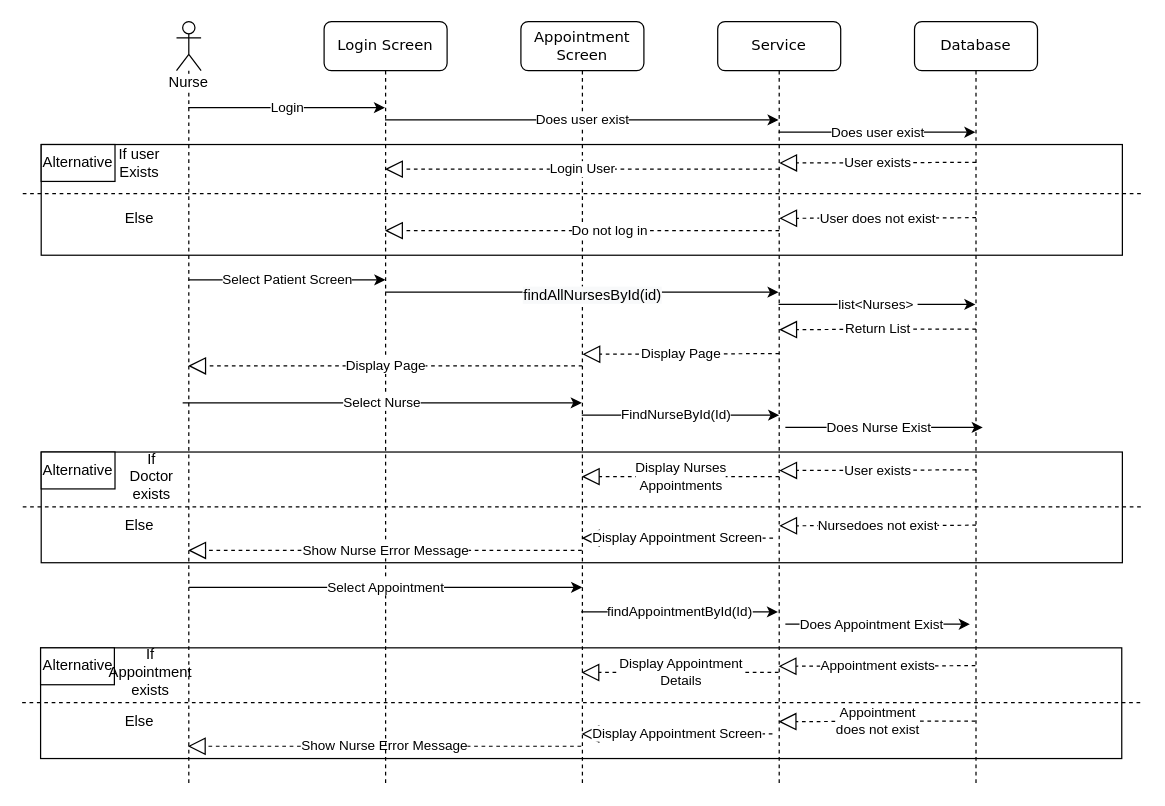
Before: page "View Appointments" (4 of 5) of Sequence/Nurse Sequence Diagram.drawio in mattdear/circle-lab-project, a draw.io diagram. Source tidied: cells renumbered, new cells numbered last; positions are measured from the earlier drawing's top-left corner, leaving out a move shared by most shapes. Both pictures are drawn from the tidied source at 123%, with x=0, y=0 at pixel (22, 21).
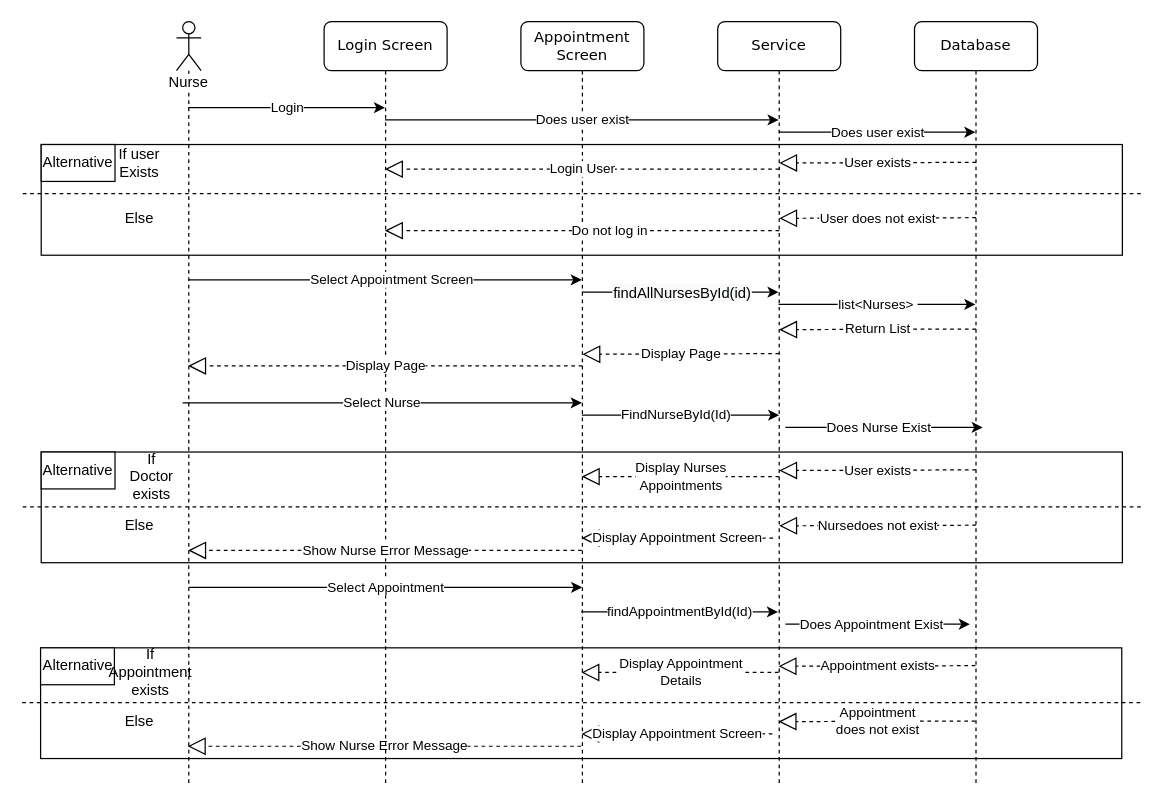
The same diagram, later.

The change refers to these unchanged cells:
```xml
<mxCell id="20" value="Appointment Screen" style="shape=umlLifeline;perimeter=lifelinePerimeter;whiteSpace=wrap;html=1;outlineConnect=0;rounded=1;shadow=0;comic=0;labelBackgroundColor=none;strokeWidth=1;fontFamily=Verdana;fontSize=12;align=center;" parent="1" vertex="1">
  <mxGeometry x="405" width="100" height="620" as="geometry" />
</mxCell>
<mxCell id="22" value="Login Screen" style="shape=umlLifeline;perimeter=lifelinePerimeter;whiteSpace=wrap;html=1;outlineConnect=0;rounded=1;shadow=0;comic=0;labelBackgroundColor=none;strokeWidth=1;fontFamily=Verdana;fontSize=12;align=center;" parent="1" vertex="1">
  <mxGeometry x="245" width="100" height="620" as="geometry" />
</mxCell>
<mxCell id="23" value="Service" style="shape=umlLifeline;perimeter=lifelinePerimeter;whiteSpace=wrap;html=1;outlineConnect=0;rounded=1;shadow=0;comic=0;labelBackgroundColor=none;strokeWidth=1;fontFamily=Verdana;fontSize=12;align=center;" parent="1" vertex="1">
  <mxGeometry x="565" width="100" height="620" as="geometry" />
</mxCell>
```

Change to the diagram source:
```diff
@@
-    <mxCell id="36" value="Select Patient Screen" style="endArrow=classic;html=1;" parent="1" edge="1">
-      <mxGeometry relative="1" as="geometry">
+    <mxCell id="36" value="Select Appointment Screen" style="endArrow=classic;html=1;" parent="1" edge="1" target="20">
+      <mxGeometry x="0.03" relative="1" as="geometry">
         <mxPoint x="135" y="210" as="sourcePoint" />
-        <mxPoint x="294.8" y="210" as="targetPoint" />
         <Array as="points">
           <mxPoint x="195.3" y="210" />
         </Array>
       </mxGeometry>
     </mxCell>
-    <mxCell id="37" style="endArrow=classic;html=1;" parent="1" edge="1" source="22" target="23">
+    <mxCell id="37" style="endArrow=classic;html=1;" parent="1" edge="1" source="20" target="23">
       <mxGeometry relative="1" as="geometry">
         <Array as="points">
-          <mxPoint x="415" y="220" />
+          <mxPoint x="490" y="220" />
         </Array>
       </mxGeometry>
     </mxCell>
     <mxCell id="38" value="&lt;span style=&quot;text-align: left ; background-color: rgb(248 , 249 , 250)&quot;&gt;findAllNursesById(id)&lt;/span&gt;" style="text;html=1;align=center;verticalAlign=middle;labelBackgroundColor=#ffffff;" parent="37" vertex="1">
       <mxGeometry x="0.09" y="-2" relative="1" as="geometry">
-        <mxPoint x="-6.3" as="offset" />
+        <mxPoint x="-6.3" y="-2" as="offset" />
       </mxGeometry>
     </mxCell>
```
